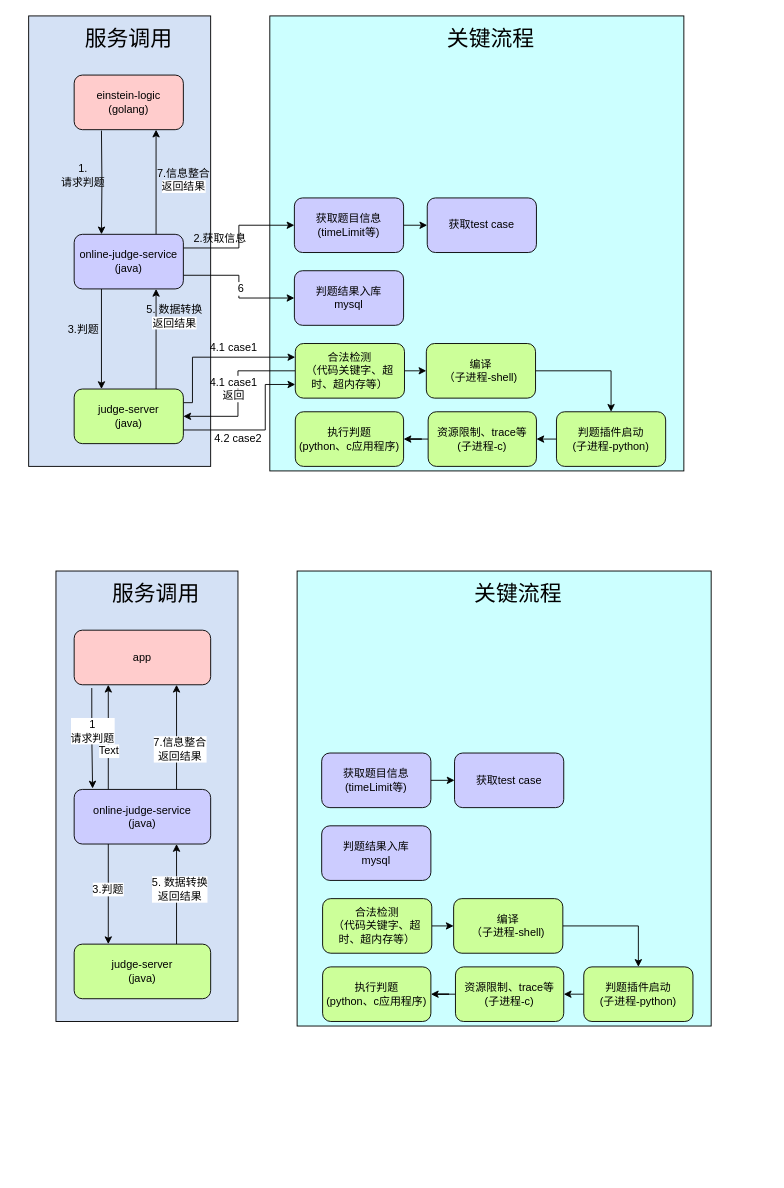
xiell2016/hetaoDesign keeps this draw.io diagram as 题库.drawio. Above is the earlier version. Source tidied: cells renumbered, new cells numbered last; positions are measured from the earlier drawing's top-left corner, leaving out a move shared by most shapes. Both pictures are drawn from the tidied source at 91%, with x=0, y=0 at pixel (28, 15).
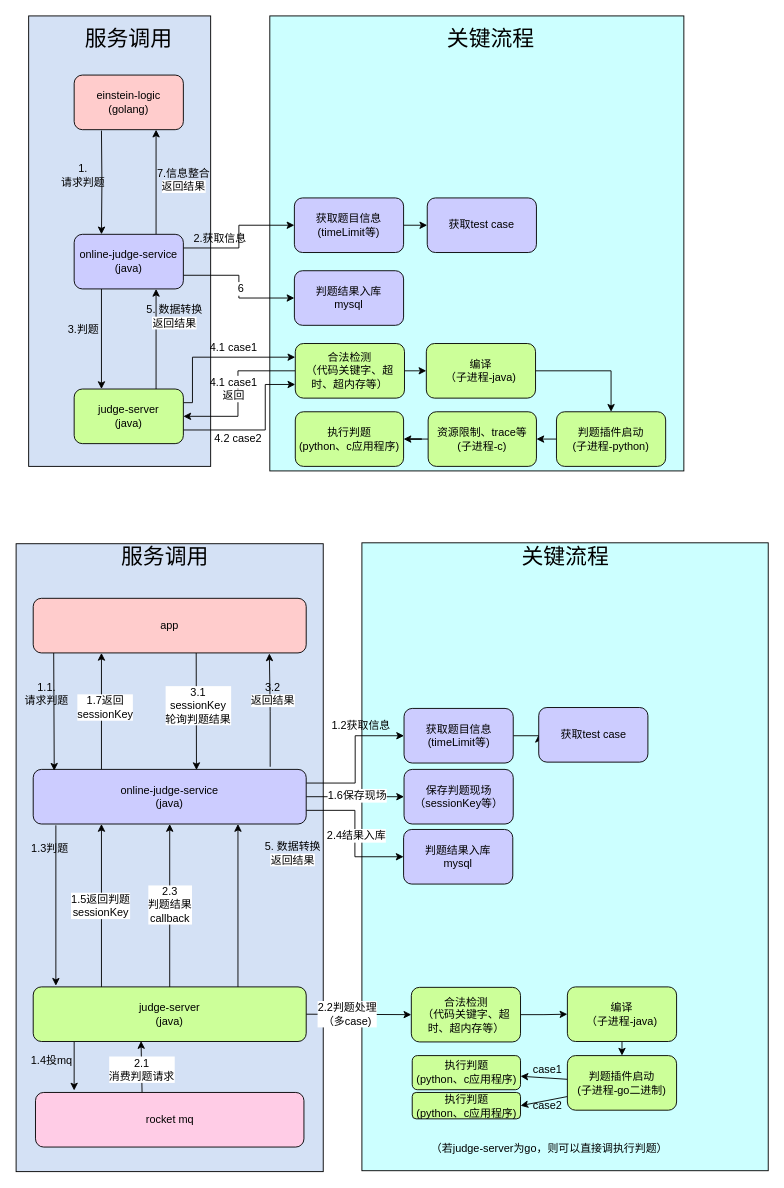
After the change.

Diff of the diagram source:
```diff
@@
-    <mxCell id="31" value="编译&lt;br&gt;（子进程-shell)" style="rounded=1;whiteSpace=wrap;html=1;fillColor=#CCFF99;" parent="1" vertex="1">
+    <mxCell id="31" value="编译&lt;br&gt;（子进程-java)" style="rounded=1;whiteSpace=wrap;html=1;fillColor=#CCFF99;" parent="1" vertex="1">
       <mxGeometry x="437" y="360" width="120" height="60" as="geometry" />
     </mxCell>
-    <mxCell id="32" style="rounded=0;whiteSpace=wrap;html=1;fontFamily=Helvetica;fontSize=12;fillColor=#D4E1F5;" parent="1" vertex="1">
-      <mxGeometry x="30" y="610" width="200" height="495" as="geometry" />
-    </mxCell>
-    <mxCell id="33" style="rounded=0;whiteSpace=wrap;html=1;fontFamily=Helvetica;fontSize=12;fillColor=#CCFFFF;" parent="1" vertex="1">
-      <mxGeometry x="295" y="610" width="455" height="500" as="geometry" />
-    </mxCell>
-    <mxCell id="34" style="edgeStyle=orthogonalEdgeStyle;rounded=0;jettySize=auto;html=1;exitX=0.25;exitY=1;exitDx=0;exitDy=0;entryX=0.25;entryY=0;entryDx=0;entryDy=0;fontFamily=Helvetica;fontSize=12;" parent="1" edge="1" source="40" target="43">
-      <mxGeometry relative="1" as="geometry" />
-    </mxCell>
-    <mxCell id="35" value="3.判题" style="edgeLabel;html=1;align=center;verticalAlign=middle;fontSize=12;fontFamily=Helvetica;" parent="34" vertex="1">
-      <mxGeometry x="-0.11" y="-1" relative="1" as="geometry" />
-    </mxCell>
-    <mxCell id="36" style="edgeStyle=orthogonalEdgeStyle;rounded=0;jettySize=auto;html=1;exitX=0.75;exitY=0;exitDx=0;exitDy=0;entryX=0.75;entryY=1;entryDx=0;entryDy=0;fontFamily=Helvetica;fontSize=12;" parent="1" edge="1" source="40" target="48">
-      <mxGeometry relative="1" as="geometry" />
-    </mxCell>
-    <mxCell id="37" value="7.信息整合&lt;br&gt;返回结果" style="edgeLabel;html=1;align=center;verticalAlign=middle;fontSize=12;fontFamily=Helvetica;" parent="36" vertex="1">
-      <mxGeometry x="-0.21" y="-3" relative="1" as="geometry" />
-    </mxCell>
-    <mxCell id="38" style="edgeStyle=none;rounded=0;jettySize=auto;html=1;exitX=0.25;exitY=0;exitDx=0;exitDy=0;entryX=0.25;entryY=1;entryDx=0;entryDy=0;fontFamily=Helvetica;fontSize=12;fontColor=default;" parent="1" edge="1" source="40" target="48">
-      <mxGeometry relative="1" as="geometry" />
-    </mxCell>
-    <mxCell id="39" value="Text" style="edgeLabel;html=1;align=center;verticalAlign=middle;fontSize=12;fontFamily=Helvetica;fontColor=default;" parent="38" vertex="1">
-      <mxGeometry x="-0.25" relative="1" as="geometry" />
-    </mxCell>
-    <mxCell id="40" value="online-judge-service&lt;br&gt;(java)" style="rounded=1;whiteSpace=wrap;html=1;fillColor=#CCCCFF;" parent="1" vertex="1">
-      <mxGeometry x="50" y="850" width="150" height="60" as="geometry" />
-    </mxCell>
-    <mxCell id="41" style="edgeStyle=orthogonalEdgeStyle;rounded=0;jettySize=auto;html=1;exitX=0.75;exitY=0;exitDx=0;exitDy=0;entryX=0.75;entryY=1;entryDx=0;entryDy=0;fontFamily=Helvetica;fontSize=12;" parent="1" edge="1" source="43" target="40">
-      <mxGeometry relative="1" as="geometry" />
-    </mxCell>
-    <mxCell id="42" value="5. 数据转换&lt;br&gt;返回结果" style="edgeLabel;html=1;align=center;verticalAlign=middle;fontSize=12;fontFamily=Helvetica;" parent="41" vertex="1">
-      <mxGeometry x="0.11" y="-3" relative="1" as="geometry" />
-    </mxCell>
-    <mxCell id="43" value="judge-server&lt;br&gt;(java)" style="rounded=1;whiteSpace=wrap;html=1;fillColor=#CCFF99;" parent="1" vertex="1">
-      <mxGeometry x="50" y="1020" width="150" height="60" as="geometry" />
-    </mxCell>
-    <mxCell id="44" style="edgeStyle=orthogonalEdgeStyle;rounded=0;jettySize=auto;html=1;exitX=0.129;exitY=1.06;exitDx=0;exitDy=0;entryX=0.135;entryY=-0.017;entryDx=0;entryDy=0;fontFamily=Helvetica;fontSize=12;exitPerimeter=0;entryPerimeter=0;" parent="1" edge="1" source="48" target="40">
-      <mxGeometry relative="1" as="geometry" />
-    </mxCell>
-    <mxCell id="45" value="1&lt;br&gt;请求判题" style="edgeLabel;html=1;align=center;verticalAlign=middle;fontSize=12;fontFamily=Helvetica;" parent="44" vertex="1">
-      <mxGeometry x="-0.16" relative="1" as="geometry" />
-    </mxCell>
-    <mxCell id="46" style="edgeStyle=orthogonalEdgeStyle;rounded=0;jettySize=auto;html=1;exitX=1;exitY=0.5;exitDx=0;exitDy=0;entryX=0;entryY=0.5;entryDx=0;entryDy=0;fontFamily=Helvetica;fontSize=24;" parent="1" edge="1" source="47" target="61">
-      <mxGeometry relative="1" as="geometry" />
-    </mxCell>
-    <mxCell id="47" value="合法检测&lt;br&gt;（代码关键字、超时、超内存等）" style="rounded=1;whiteSpace=wrap;html=1;fillColor=#CCFF99;" parent="1" vertex="1">
-      <mxGeometry x="323" y="970" width="120" height="60" as="geometry" />
-    </mxCell>
-    <mxCell id="48" value="app" style="rounded=1;whiteSpace=wrap;html=1;fillColor=#FFCCCC;" parent="1" vertex="1">
-      <mxGeometry x="50" y="675" width="150" height="60" as="geometry" />
-    </mxCell>
-    <mxCell id="49" style="edgeStyle=orthogonalEdgeStyle;rounded=0;jettySize=auto;html=1;exitX=0;exitY=0.5;exitDx=0;exitDy=0;entryX=1;entryY=0.5;entryDx=0;entryDy=0;fontFamily=Helvetica;fontSize=24;" parent="1" edge="1" source="50" target="52">
-      <mxGeometry relative="1" as="geometry" />
-    </mxCell>
-    <mxCell id="50" value="判题插件启动&lt;br style=&quot;border-color: var(--border-color);&quot;&gt;(子进程-python)" style="rounded=1;whiteSpace=wrap;html=1;fillColor=#CCFF99;" parent="1" vertex="1">
-      <mxGeometry x="610" y="1045" width="120" height="60" as="geometry" />
-    </mxCell>
-    <mxCell id="51" style="edgeStyle=orthogonalEdgeStyle;rounded=0;jettySize=auto;html=1;fontFamily=Helvetica;fontSize=24;" parent="1" edge="1" source="52" target="59">
-      <mxGeometry relative="1" as="geometry" />
-    </mxCell>
-    <mxCell id="52" value="资源限制、trace等&lt;br style=&quot;border-color: var(--border-color);&quot;&gt;(子进程-c)" style="rounded=1;whiteSpace=wrap;html=1;fillColor=#CCFF99;" parent="1" vertex="1">
-      <mxGeometry x="469" y="1045" width="119" height="60" as="geometry" />
-    </mxCell>
-    <mxCell id="53" style="edgeStyle=orthogonalEdgeStyle;rounded=0;jettySize=auto;html=1;exitX=1;exitY=0.5;exitDx=0;exitDy=0;entryX=0;entryY=0.5;entryDx=0;entryDy=0;fontFamily=Helvetica;fontSize=12;" parent="1" edge="1" source="54" target="55">
-      <mxGeometry relative="1" as="geometry" />
-    </mxCell>
-    <mxCell id="54" value="获取题目信息&lt;br&gt;(timeLimit等)" style="rounded=1;whiteSpace=wrap;html=1;fillColor=#CCCCFF;" parent="1" vertex="1">
-      <mxGeometry x="322" y="810" width="120" height="60" as="geometry" />
-    </mxCell>
-    <mxCell id="55" value="获取test case" style="rounded=1;whiteSpace=wrap;html=1;fillColor=#CCCCFF;" parent="1" vertex="1">
-      <mxGeometry x="468" y="810" width="120" height="60" as="geometry" />
-    </mxCell>
-    <mxCell id="56" value="&lt;font style=&quot;font-size: 24px;&quot;&gt;服务调用&lt;/font&gt;" style="text;html=1;strokeColor=none;fillColor=none;align=center;verticalAlign=middle;whiteSpace=wrap;rounded=0;fontSize=12;fontFamily=Helvetica;" parent="1" vertex="1">
-      <mxGeometry x="90" y="620" width="100" height="30" as="geometry" />
-    </mxCell>
-    <mxCell id="57" value="&lt;span style=&quot;font-size: 24px;&quot;&gt;关键流程&lt;/span&gt;" style="text;html=1;strokeColor=none;fillColor=none;align=center;verticalAlign=middle;whiteSpace=wrap;rounded=0;fontSize=12;fontFamily=Helvetica;" parent="1" vertex="1">
-      <mxGeometry x="488" y="620" width="100" height="30" as="geometry" />
-    </mxCell>
-    <mxCell id="58" value="判题结果入库&lt;br&gt;mysql" style="rounded=1;whiteSpace=wrap;html=1;fillColor=#CCCCFF;" parent="1" vertex="1">
-      <mxGeometry x="322" y="890" width="120" height="60" as="geometry" />
-    </mxCell>
-    <mxCell id="59" value="执行判题&lt;br&gt;(python、c应用程序)" style="rounded=1;whiteSpace=wrap;html=1;fillColor=#CCFF99;" parent="1" vertex="1">
-      <mxGeometry x="323" y="1045" width="119" height="60" as="geometry" />
-    </mxCell>
-    <mxCell id="60" style="edgeStyle=orthogonalEdgeStyle;rounded=0;jettySize=auto;html=1;exitX=1;exitY=0.5;exitDx=0;exitDy=0;entryX=0.5;entryY=0;entryDx=0;entryDy=0;fontFamily=Helvetica;fontSize=12;" parent="1" edge="1" source="61" target="50">
-      <mxGeometry relative="1" as="geometry" />
-    </mxCell>
-    <mxCell id="61" value="编译&lt;br&gt;（子进程-shell)" style="rounded=1;whiteSpace=wrap;html=1;fillColor=#CCFF99;" parent="1" vertex="1">
-      <mxGeometry x="467" y="970" width="120" height="60" as="geometry" />
-    </mxCell>
@@
+    <mxCell id="70" style="rounded=0;whiteSpace=wrap;html=1;fontFamily=Helvetica;fontSize=12;fillColor=#D4E1F5;" parent="1" vertex="1">
+      <mxGeometry x="-13.8" y="580" width="337.5" height="690" as="geometry" />
+    </mxCell>
+    <mxCell id="71" style="rounded=0;whiteSpace=wrap;html=1;fontFamily=Helvetica;fontSize=12;fillColor=#CCFFFF;" parent="1" vertex="1">
+      <mxGeometry x="366.2" y="579" width="446.5" height="690" as="geometry" />
+    </mxCell>
+    <mxCell id="34" style="edgeStyle=orthogonalEdgeStyle;rounded=0;jettySize=auto;html=1;exitX=0.083;exitY=1.024;exitDx=0;exitDy=0;entryX=0.083;entryY=-0.021;entryDx=0;entryDy=0;fontFamily=Helvetica;fontSize=12;exitPerimeter=0;entryPerimeter=0;" parent="1" edge="1" source="40" target="43">
+      <mxGeometry relative="1" as="geometry" />
+    </mxCell>
+    <mxCell id="72" style="edgeStyle=orthogonalEdgeStyle;rounded=0;jettySize=auto;html=1;exitX=1;exitY=0.25;exitDx=0;exitDy=0;entryX=0;entryY=0.5;entryDx=0;entryDy=0;fontFamily=Helvetica;fontSize=12;" parent="1" edge="1" source="40" target="54">
+      <mxGeometry relative="1" as="geometry" />
+    </mxCell>
+    <mxCell id="73" style="edgeStyle=orthogonalEdgeStyle;rounded=0;jettySize=auto;html=1;entryX=0.865;entryY=1.009;entryDx=0;entryDy=0;fontFamily=Helvetica;fontSize=12;entryPerimeter=0;exitX=0.868;exitY=-0.048;exitDx=0;exitDy=0;exitPerimeter=0;" parent="1" edge="1" source="40" target="48">
+      <mxGeometry relative="1" as="geometry" />
+    </mxCell>
+    <mxCell id="74" style="edgeStyle=orthogonalEdgeStyle;rounded=0;jettySize=auto;html=1;exitX=1;exitY=0.75;exitDx=0;exitDy=0;entryX=0;entryY=0.5;entryDx=0;entryDy=0;fontFamily=Helvetica;fontSize=24;" parent="1" edge="1" source="40" target="58">
+      <mxGeometry relative="1" as="geometry" />
+    </mxCell>
+    <mxCell id="75" value="2.4结果入库" style="edgeLabel;html=1;align=center;verticalAlign=middle;fontSize=12;fontFamily=Helvetica;" parent="74" vertex="1">
+      <mxGeometry x="0.01" y="1" relative="1" as="geometry">
+        <mxPoint y="1" as="offset" />
+      </mxGeometry>
+    </mxCell>
+    <mxCell id="76" style="edgeStyle=none;rounded=0;jettySize=auto;html=1;exitX=1;exitY=0.5;exitDx=0;exitDy=0;entryX=0;entryY=0.5;entryDx=0;entryDy=0;fontFamily=Helvetica;fontSize=12;fontColor=default;" parent="1" edge="1" source="40" target="104">
+      <mxGeometry relative="1" as="geometry" />
+    </mxCell>
+    <mxCell id="77" value="1.6保存现场" style="edgeLabel;html=1;align=center;verticalAlign=middle;fontSize=12;fontFamily=Helvetica;fontColor=default;" parent="76" vertex="1">
+      <mxGeometry x="0.02" y="2" relative="1" as="geometry" />
+    </mxCell>
+    <mxCell id="78" style="edgeStyle=none;rounded=0;jettySize=auto;html=1;exitX=0.25;exitY=0;exitDx=0;exitDy=0;entryX=0.25;entryY=1;entryDx=0;entryDy=0;fontFamily=Helvetica;fontSize=12;fontColor=default;" parent="1" edge="1" source="40" target="48">
+      <mxGeometry relative="1" as="geometry" />
+    </mxCell>
+    <mxCell id="79" value="1.7返回&lt;br&gt;sessionKey" style="edgeLabel;html=1;align=center;verticalAlign=middle;fontSize=12;fontFamily=Helvetica;fontColor=default;" parent="78" vertex="1">
+      <mxGeometry x="0.08" y="-3" relative="1" as="geometry" />
+    </mxCell>
+    <mxCell id="40" value="online-judge-service&lt;br&gt;(java)" style="rounded=1;whiteSpace=wrap;html=1;fillColor=#CCCCFF;" parent="1" vertex="1">
+      <mxGeometry x="5" y="828" width="300" height="60" as="geometry" />
+    </mxCell>
+    <mxCell id="80" style="edgeStyle=orthogonalEdgeStyle;rounded=0;jettySize=auto;html=1;exitX=0.75;exitY=0;exitDx=0;exitDy=0;entryX=0.75;entryY=1;entryDx=0;entryDy=0;fontFamily=Helvetica;fontSize=12;" parent="1" edge="1" source="43" target="40">
+      <mxGeometry relative="1" as="geometry" />
+    </mxCell>
+    <mxCell id="81" style="edgeStyle=none;rounded=0;jettySize=auto;html=1;exitX=0.15;exitY=1.009;exitDx=0;exitDy=0;fontFamily=Helvetica;fontSize=12;fontColor=default;exitPerimeter=0;entryX=0.144;entryY=-0.036;entryDx=0;entryDy=0;entryPerimeter=0;" parent="1" edge="1" source="43" target="101">
+      <mxGeometry relative="1" as="geometry" />
+    </mxCell>
+    <mxCell id="82" style="edgeStyle=none;rounded=0;jettySize=auto;html=1;exitX=0.25;exitY=0;exitDx=0;exitDy=0;entryX=0.25;entryY=1;entryDx=0;entryDy=0;fontFamily=Helvetica;fontSize=12;fontColor=default;" parent="1" edge="1" source="43" target="40">
+      <mxGeometry relative="1" as="geometry" />
+    </mxCell>
+    <mxCell id="83" value="1.5返回判题&lt;br&gt;sessionKey" style="edgeLabel;html=1;align=center;verticalAlign=middle;fontSize=12;fontFamily=Helvetica;fontColor=default;" parent="82" vertex="1">
+      <mxGeometry x="0.01" y="2" relative="1" as="geometry" />
+    </mxCell>
+    <mxCell id="84" style="edgeStyle=none;rounded=0;jettySize=auto;html=1;exitX=1;exitY=0.5;exitDx=0;exitDy=0;entryX=0;entryY=0.5;entryDx=0;entryDy=0;fontFamily=Helvetica;fontSize=12;fontColor=default;" parent="1" edge="1" source="43" target="47">
+      <mxGeometry relative="1" as="geometry" />
+    </mxCell>
+    <mxCell id="85" value="2.2判题处理&lt;br&gt;（多case)" style="edgeLabel;html=1;align=center;verticalAlign=middle;fontSize=12;fontFamily=Helvetica;fontColor=default;" parent="84" vertex="1">
+      <mxGeometry x="-0.23" y="1" relative="1" as="geometry" />
+    </mxCell>
+    <mxCell id="86" value="2.3&lt;br&gt;判题结果&lt;br&gt;callback" style="edgeStyle=none;rounded=0;jettySize=auto;html=1;exitX=0.5;exitY=0;exitDx=0;exitDy=0;entryX=0.5;entryY=1;entryDx=0;entryDy=0;fontFamily=Helvetica;fontSize=12;fontColor=default;" parent="1" edge="1" source="43" target="40">
+      <mxGeometry relative="1" as="geometry" />
+    </mxCell>
+    <mxCell id="43" value="judge-server&lt;br&gt;(java)" style="rounded=1;whiteSpace=wrap;html=1;fillColor=#CCFF99;" parent="1" vertex="1">
+      <mxGeometry x="5" y="1067" width="300" height="60" as="geometry" />
+    </mxCell>
+    <mxCell id="87" style="edgeStyle=orthogonalEdgeStyle;rounded=0;jettySize=auto;html=1;exitX=1;exitY=0.5;exitDx=0;exitDy=0;entryX=0;entryY=0.5;entryDx=0;entryDy=0;fontFamily=Helvetica;fontSize=24;" parent="1" edge="1" source="47" target="95">
+      <mxGeometry relative="1" as="geometry" />
+    </mxCell>
+    <mxCell id="47" value="合法检测&lt;br&gt;（代码关键字、超时、超内存等）" style="rounded=1;whiteSpace=wrap;html=1;fillColor=#CCFF99;" parent="1" vertex="1">
+      <mxGeometry x="420.5" y="1067.5" width="120" height="60" as="geometry" />
+    </mxCell>
+    <mxCell id="44" style="edgeStyle=none;rounded=0;jettySize=auto;html=1;exitX=0.075;exitY=0.986;exitDx=0;exitDy=0;fontFamily=Helvetica;fontSize=12;fontColor=default;exitPerimeter=0;entryX=0.077;entryY=0.024;entryDx=0;entryDy=0;entryPerimeter=0;" parent="1" edge="1" source="48" target="40">
+      <mxGeometry relative="1" as="geometry" />
+    </mxCell>
+    <mxCell id="88" style="edgeStyle=none;rounded=0;jettySize=auto;html=1;exitX=0.626;exitY=0.994;exitDx=0;exitDy=0;entryX=0.598;entryY=0.012;entryDx=0;entryDy=0;entryPerimeter=0;fontFamily=Helvetica;fontSize=12;fontColor=default;exitPerimeter=0;" parent="1" edge="1" target="40">
+      <mxGeometry relative="1" as="geometry">
+        <mxPoint x="184.1" y="700" as="sourcePoint" />
+      </mxGeometry>
+    </mxCell>
+    <mxCell id="89" value="3.1&lt;br&gt;sessionKey&lt;br&gt;轮询判题结果" style="edgeLabel;html=1;align=center;verticalAlign=middle;fontSize=12;fontFamily=Helvetica;fontColor=default;" parent="88" vertex="1">
+      <mxGeometry x="-0.08" y="-1" relative="1" as="geometry">
+        <mxPoint x="2" y="-2" as="offset" />
+      </mxGeometry>
+    </mxCell>
+    <mxCell id="48" value="app" style="rounded=1;whiteSpace=wrap;html=1;fillColor=#FFCCCC;" parent="1" vertex="1">
+      <mxGeometry x="5" y="640" width="300" height="60" as="geometry" />
+    </mxCell>
+    <mxCell id="90" style="edgeStyle=none;rounded=0;jettySize=auto;html=1;fontFamily=Helvetica;fontSize=12;fontColor=default;" parent="1" edge="1" source="92" target="93">
+      <mxGeometry relative="1" as="geometry" />
+    </mxCell>
+    <mxCell id="91" style="edgeStyle=none;rounded=0;jettySize=auto;html=1;exitX=0;exitY=0.75;exitDx=0;exitDy=0;entryX=1;entryY=0.5;entryDx=0;entryDy=0;fontFamily=Helvetica;fontSize=12;fontColor=default;" parent="1" edge="1" source="92" target="106">
+      <mxGeometry relative="1" as="geometry" />
+    </mxCell>
+    <mxCell id="92" value="判题插件启动&lt;br style=&quot;border-color: var(--border-color);&quot;&gt;(子进程-go二进制)&lt;br&gt;" style="rounded=1;whiteSpace=wrap;html=1;fillColor=#CCFF99;" parent="1" vertex="1">
+      <mxGeometry x="592" y="1142.5" width="120" height="60" as="geometry" />
+    </mxCell>
+    <mxCell id="53" style="edgeStyle=orthogonalEdgeStyle;rounded=0;jettySize=auto;html=1;exitX=1;exitY=0.5;exitDx=0;exitDy=0;entryX=0;entryY=0.5;entryDx=0;entryDy=0;fontFamily=Helvetica;fontSize=12;" parent="1" edge="1" source="54" target="55">
+      <mxGeometry relative="1" as="geometry" />
+    </mxCell>
+    <mxCell id="54" value="获取题目信息&lt;br&gt;(timeLimit等)" style="rounded=1;whiteSpace=wrap;html=1;fillColor=#CCCCFF;" parent="1" vertex="1">
+      <mxGeometry x="412.5" y="761" width="120" height="60" as="geometry" />
+    </mxCell>
+    <mxCell id="55" value="获取test case" style="rounded=1;whiteSpace=wrap;html=1;fillColor=#CCCCFF;" parent="1" vertex="1">
+      <mxGeometry x="560.5" y="760" width="120" height="60" as="geometry" />
+    </mxCell>
+    <mxCell id="56" value="&lt;font style=&quot;font-size: 24px;&quot;&gt;服务调用&lt;/font&gt;" style="text;html=1;strokeColor=none;fillColor=none;align=center;verticalAlign=middle;whiteSpace=wrap;rounded=0;fontSize=12;fontFamily=Helvetica;" parent="1" vertex="1">
+      <mxGeometry x="100" y="580" width="100" height="30" as="geometry" />
+    </mxCell>
+    <mxCell id="57" value="&lt;span style=&quot;font-size: 24px;&quot;&gt;关键流程&lt;/span&gt;" style="text;html=1;strokeColor=none;fillColor=none;align=center;verticalAlign=middle;whiteSpace=wrap;rounded=0;fontSize=12;fontFamily=Helvetica;" parent="1" vertex="1">
+      <mxGeometry x="539.5" y="580" width="100" height="30" as="geometry" />
+    </mxCell>
+    <mxCell id="58" value="判题结果入库&lt;br&gt;mysql" style="rounded=1;whiteSpace=wrap;html=1;fillColor=#CCCCFF;" parent="1" vertex="1">
+      <mxGeometry x="412" y="894" width="120" height="60" as="geometry" />
+    </mxCell>
+    <mxCell id="93" value="执行判题&lt;br&gt;(python、c应用程序)" style="rounded=1;whiteSpace=wrap;html=1;fillColor=#CCFF99;" parent="1" vertex="1">
+      <mxGeometry x="421.5" y="1142.5" width="119" height="37.5" as="geometry" />
+    </mxCell>
+    <mxCell id="94" style="edgeStyle=none;rounded=0;jettySize=auto;html=1;exitX=0.5;exitY=1;exitDx=0;exitDy=0;entryX=0.5;entryY=0;entryDx=0;entryDy=0;fontFamily=Helvetica;fontSize=12;fontColor=default;" parent="1" edge="1" source="95" target="92">
+      <mxGeometry relative="1" as="geometry" />
+    </mxCell>
+    <mxCell id="95" value="编译&lt;br&gt;（子进程-java)" style="rounded=1;whiteSpace=wrap;html=1;fillColor=#CCFF99;" parent="1" vertex="1">
+      <mxGeometry x="592" y="1067" width="120" height="60" as="geometry" />
+    </mxCell>
+    <mxCell id="96" value="1.1. &lt;br&gt;请求判题" style="text;html=1;strokeColor=none;fillColor=none;align=center;verticalAlign=middle;whiteSpace=wrap;rounded=0;fontSize=12;fontFamily=Helvetica;fontColor=default;" parent="1" vertex="1">
+      <mxGeometry x="-10" y="730" width="60" height="30" as="geometry" />
+    </mxCell>
+    <mxCell id="97" value="3.2&lt;br style=&quot;border-color: var(--border-color);&quot;&gt;&lt;span style=&quot;background-color: rgb(255, 255, 255);&quot;&gt;返回结果&lt;/span&gt;" style="text;html=1;align=center;verticalAlign=middle;strokeColor=none;fillColor=none;fontSize=12;fontFamily=Helvetica;fontColor=default;" parent="1" vertex="1">
+      <mxGeometry x="232.5" y="725" width="70" height="40" as="geometry" />
+    </mxCell>
+    <mxCell id="98" value="1.3判题" style="text;html=1;align=center;verticalAlign=middle;strokeColor=none;fillColor=none;fontSize=12;fontFamily=Helvetica;fontColor=default;" parent="1" vertex="1">
+      <mxGeometry x="-7.5" y="900" width="60" height="30" as="geometry" />
+    </mxCell>
+    <mxCell id="42" value="5. 数据转换&lt;br style=&quot;border-color: var(--border-color);&quot;&gt;&lt;span style=&quot;background-color: rgb(255, 255, 255);&quot;&gt;返回结果&lt;/span&gt;" style="text;html=1;align=center;verticalAlign=middle;strokeColor=none;fillColor=none;fontSize=12;fontFamily=Helvetica;fontColor=default;" parent="1" vertex="1">
+      <mxGeometry x="250" y="900" width="80" height="40" as="geometry" />
+    </mxCell>
+    <mxCell id="99" style="edgeStyle=none;rounded=0;jettySize=auto;html=1;exitX=0.397;exitY=0.003;exitDx=0;exitDy=0;entryX=0.395;entryY=0.992;entryDx=0;entryDy=0;entryPerimeter=0;fontFamily=Helvetica;fontSize=12;fontColor=default;exitPerimeter=0;" parent="1" edge="1" source="101" target="43">
+      <mxGeometry relative="1" as="geometry" />
+    </mxCell>
+    <mxCell id="100" value="2.1&lt;br&gt;消费判题请求" style="edgeLabel;html=1;align=center;verticalAlign=middle;fontSize=12;fontFamily=Helvetica;fontColor=default;" parent="99" vertex="1">
+      <mxGeometry x="0.11" y="1" relative="1" as="geometry">
+        <mxPoint y="5" as="offset" />
+      </mxGeometry>
+    </mxCell>
+    <mxCell id="101" value="rocket mq" style="rounded=1;whiteSpace=wrap;html=1;fillColor=#FFCCE6;" parent="1" vertex="1">
+      <mxGeometry x="7.5" y="1183" width="295" height="60" as="geometry" />
+    </mxCell>
+    <mxCell id="102" value="1.4投mq" style="text;html=1;align=center;verticalAlign=middle;strokeColor=none;fillColor=none;fontSize=12;fontFamily=Helvetica;fontColor=default;" parent="1" vertex="1">
+      <mxGeometry x="-10" y="1133" width="70" height="30" as="geometry" />
+    </mxCell>
+    <mxCell id="103" value="1.2获取信息" style="text;html=1;align=center;verticalAlign=middle;strokeColor=none;fillColor=none;fontSize=12;fontFamily=Helvetica;fontColor=default;" parent="1" vertex="1">
+      <mxGeometry x="320" y="765" width="90" height="30" as="geometry" />
+    </mxCell>
+    <mxCell id="104" value="保存判题现场&lt;br&gt;（sessionKey等）" style="rounded=1;whiteSpace=wrap;html=1;fillColor=#CCCCFF;" parent="1" vertex="1">
+      <mxGeometry x="412.5" y="828" width="120" height="60" as="geometry" />
+    </mxCell>
+    <mxCell id="105" value="（若judge-server为go，则可以直接调执行判题）" style="text;html=1;align=center;verticalAlign=middle;strokeColor=none;fillColor=none;fontSize=12;fontFamily=Helvetica;fontColor=default;" parent="1" vertex="1">
+      <mxGeometry x="431.5" y="1230" width="280" height="30" as="geometry" />
+    </mxCell>
+    <mxCell id="106" value="执行判题&lt;br&gt;(python、c应用程序)" style="rounded=1;whiteSpace=wrap;html=1;fillColor=#CCFF99;" parent="1" vertex="1">
+      <mxGeometry x="421.5" y="1183" width="119" height="29" as="geometry" />
+    </mxCell>
+    <mxCell id="107" value="case1" style="text;html=1;align=center;verticalAlign=middle;strokeColor=none;fillColor=none;fontSize=12;fontFamily=Helvetica;fontColor=default;" parent="1" vertex="1">
+      <mxGeometry x="539.5" y="1142.5" width="60" height="30" as="geometry" />
+    </mxCell>
+    <mxCell id="108" value="case2" style="text;html=1;align=center;verticalAlign=middle;strokeColor=none;fillColor=none;fontSize=12;fontFamily=Helvetica;fontColor=default;" parent="1" vertex="1">
+      <mxGeometry x="539.5" y="1183" width="60" height="30" as="geometry" />
+    </mxCell>
```
